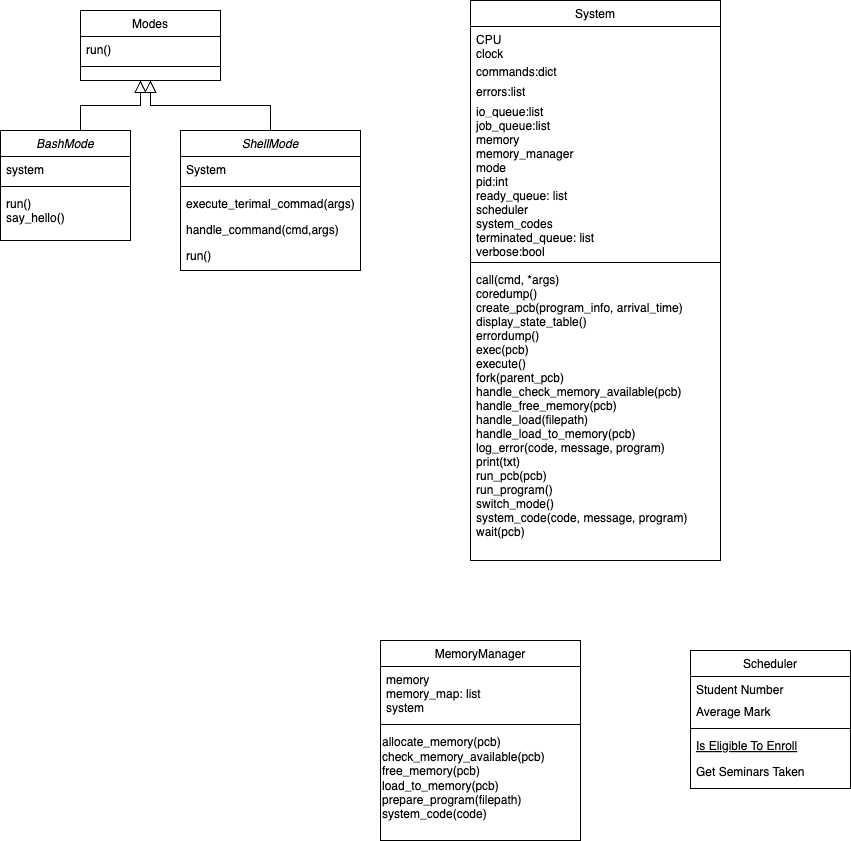
This is directions/M3_class_diagram.drawio.png from Luly7/new-repo, a draw.io export, as it was before one commit. Source tidied: cells renumbered, new cells last; positions are measured from the earlier drawing's top-left corner, leaving out a move shared by most shapes. Its diagram source:
```xml
<mxGraphModel>
  <root>
    <mxCell id="0" />
    <mxCell id="1" parent="0" />
    <mxCell id="2" value="ShellMode" style="swimlane;fontStyle=2;align=center;verticalAlign=top;horizontal=1;startSize=26;rounded=0;shadow=0;strokeWidth=1;" parent="1" vertex="1">
      <mxGeometry x="180" y="130" width="180" height="140" as="geometry" />
    </mxCell>
    <mxCell id="3" value="System" style="text;align=left;verticalAlign=top;spacingLeft=4;spacingRight=4;overflow=hidden;rounded=0;shadow=0;html=0;" parent="2" vertex="1">
      <mxGeometry y="26" width="180" height="26" as="geometry" />
    </mxCell>
    <mxCell id="4" style="line;html=1;strokeWidth=1;align=left;verticalAlign=middle;spacingTop=-1;spacingLeft=3;spacingRight=3;labelPosition=right;" parent="2" vertex="1">
      <mxGeometry y="52" width="180" height="8" as="geometry" />
    </mxCell>
    <mxCell id="5" value="execute_terimal_commad(args)" style="text;align=left;verticalAlign=top;spacingLeft=4;spacingRight=4;overflow=hidden;" parent="2" vertex="1">
      <mxGeometry y="60" width="180" height="26" as="geometry" />
    </mxCell>
    <mxCell id="6" value="handle_command(cmd,args)" style="text;align=left;verticalAlign=top;spacingLeft=4;spacingRight=4;overflow=hidden;" parent="2" vertex="1">
      <mxGeometry y="86" width="180" height="26" as="geometry" />
    </mxCell>
    <mxCell id="7" value="run()" style="text;align=left;verticalAlign=top;spacingLeft=4;spacingRight=4;overflow=hidden;" parent="2" vertex="1">
      <mxGeometry y="112" width="180" height="26" as="geometry" />
    </mxCell>
    <mxCell id="8" value="MemoryManager" style="swimlane;fontStyle=0;align=center;verticalAlign=top;horizontal=1;startSize=26;rounded=0;shadow=0;strokeWidth=1;" parent="1" vertex="1">
      <mxGeometry x="380" y="640" width="200" height="200" as="geometry" />
    </mxCell>
    <mxCell id="9" value="memory&#10;memory_map: list&#10;system&#10;" style="text;align=left;verticalAlign=top;spacingLeft=4;spacingRight=4;overflow=hidden;" parent="8" vertex="1">
      <mxGeometry y="26" width="200" height="54" as="geometry" />
    </mxCell>
    <mxCell id="10" style="line;html=1;strokeWidth=1;align=left;verticalAlign=middle;spacingTop=-1;spacingLeft=3;spacingRight=3;labelPosition=right;" parent="8" vertex="1">
      <mxGeometry y="80" width="200" height="8" as="geometry" />
    </mxCell>
    <mxCell id="11" value="allocate_memory(pcb)&lt;div&gt;check_memory_available(pcb)&lt;/div&gt;&lt;div&gt;free_memory(pcb)&lt;/div&gt;&lt;div&gt;load_to_memory(pcb)&lt;/div&gt;&lt;div&gt;prepare_program(filepath)&lt;/div&gt;&lt;div style=&quot;&quot;&gt;system_code(code)&lt;/div&gt;" style="text;html=1;align=left;verticalAlign=middle;strokeColor=none;fillColor=none;" parent="8" vertex="1">
      <mxGeometry y="88" width="200" height="100" as="geometry" />
    </mxCell>
    <mxCell id="12" value="Modes" style="swimlane;fontStyle=0;align=center;verticalAlign=top;horizontal=1;startSize=26;rounded=0;shadow=0;strokeWidth=1;" parent="1" vertex="1">
      <mxGeometry x="80" y="10" width="140" height="70" as="geometry" />
    </mxCell>
    <mxCell id="13" value="run()" style="text;align=left;verticalAlign=top;spacingLeft=4;spacingRight=4;overflow=hidden;" parent="12" vertex="1">
      <mxGeometry y="26" width="140" height="26" as="geometry" />
    </mxCell>
    <mxCell id="14" style="line;html=1;strokeWidth=1;align=left;verticalAlign=middle;spacingTop=-1;spacingLeft=3;spacingRight=3;labelPosition=right;" parent="12" vertex="1">
      <mxGeometry y="52" width="140" height="8" as="geometry" />
    </mxCell>
    <mxCell id="15" style="endArrow=block;endSize=10;endFill=0;shadow=0;strokeWidth=1;rounded=0;curved=0;edgeStyle=elbowEdgeStyle;elbow=vertical;" parent="1" edge="1" source="2" target="12">
      <mxGeometry relative="1" as="geometry" />
    </mxCell>
    <mxCell id="16" value="System" style="swimlane;fontStyle=0;align=center;verticalAlign=top;horizontal=1;startSize=26;rounded=0;shadow=0;strokeWidth=1;" parent="1" vertex="1">
      <mxGeometry x="470" width="250" height="560" as="geometry" />
    </mxCell>
    <mxCell id="17" value="CPU" style="text;align=left;verticalAlign=top;spacingLeft=4;spacingRight=4;overflow=hidden;" parent="16" vertex="1">
      <mxGeometry y="26" width="250" height="14" as="geometry" />
    </mxCell>
    <mxCell id="18" value="clock" style="text;align=left;verticalAlign=top;spacingLeft=4;spacingRight=4;overflow=hidden;rounded=0;shadow=0;html=0;" parent="16" vertex="1">
      <mxGeometry y="40" width="250" height="18" as="geometry" />
    </mxCell>
    <mxCell id="19" value="commands:dict" style="text;align=left;verticalAlign=top;spacingLeft=4;spacingRight=4;overflow=hidden;rounded=0;shadow=0;html=0;" parent="16" vertex="1">
      <mxGeometry y="58" width="250" height="20" as="geometry" />
    </mxCell>
    <mxCell id="20" value="errors:list" style="text;align=left;verticalAlign=top;spacingLeft=4;spacingRight=4;overflow=hidden;rounded=0;shadow=0;html=0;" parent="16" vertex="1">
      <mxGeometry y="78" width="250" height="20" as="geometry" />
    </mxCell>
    <mxCell id="21" value="io_queue:list&#10;" style="text;align=left;verticalAlign=top;spacingLeft=4;spacingRight=4;overflow=hidden;rounded=0;shadow=0;html=0;" parent="16" vertex="1">
      <mxGeometry y="98" width="250" height="14" as="geometry" />
    </mxCell>
    <mxCell id="22" value="job_queue:list&#10;memory&#10;memory_manager&#10;mode&#10;pid:int&#10;ready_queue: list&#10;scheduler&#10;system_codes&#10;terminated_queue: list&#10;verbose:bool" style="text;align=left;verticalAlign=top;spacingLeft=4;spacingRight=4;overflow=hidden;" parent="16" vertex="1">
      <mxGeometry y="112" width="250" height="146" as="geometry" />
    </mxCell>
    <mxCell id="23" style="line;html=1;strokeWidth=1;align=left;verticalAlign=middle;spacingTop=-1;spacingLeft=3;spacingRight=3;labelPosition=right;" parent="16" vertex="1">
      <mxGeometry y="258" width="250" height="8" as="geometry" />
    </mxCell>
    <mxCell id="24" value="call(cmd, *args)&#10;coredump()&#10;create_pcb(program_info, arrival_time)&#10;display_state_table()&#10;errordump()&#10;exec(pcb)&#10;execute()&#10;fork(parent_pcb)&#10;handle_check_memory_available(pcb)&#10;handle_free_memory(pcb)&#10;handle_load(filepath)&#10;handle_load_to_memory(pcb)&#10;log_error(code, message, program)&#10;print(txt)&#10;run_pcb(pcb)&#10;run_program()&#10;switch_mode()&#10;system_code(code, message, program)&#10;wait(pcb)&#10;" style="text;align=left;verticalAlign=top;spacingLeft=4;spacingRight=4;overflow=hidden;" parent="16" vertex="1">
      <mxGeometry y="266" width="250" height="274" as="geometry" />
    </mxCell>
    <mxCell id="25" value="BashMode" style="swimlane;fontStyle=2;align=center;verticalAlign=top;horizontal=1;startSize=26;rounded=0;shadow=0;strokeWidth=1;" parent="1" vertex="1">
      <mxGeometry y="130" width="130" height="110" as="geometry" />
    </mxCell>
    <mxCell id="26" value="system" style="text;align=left;verticalAlign=top;spacingLeft=4;spacingRight=4;overflow=hidden;" parent="25" vertex="1">
      <mxGeometry y="26" width="130" height="26" as="geometry" />
    </mxCell>
    <mxCell id="27" style="line;html=1;strokeWidth=1;align=left;verticalAlign=middle;spacingTop=-1;spacingLeft=3;spacingRight=3;labelPosition=right;" parent="25" vertex="1">
      <mxGeometry y="52" width="130" height="8" as="geometry" />
    </mxCell>
    <mxCell id="28" value="run()&#10;say_hello()" style="text;align=left;verticalAlign=top;spacingLeft=4;spacingRight=4;overflow=hidden;" parent="25" vertex="1">
      <mxGeometry y="60" width="130" height="50" as="geometry" />
    </mxCell>
    <mxCell id="29" style="endArrow=block;endSize=10;endFill=0;shadow=0;strokeWidth=1;rounded=0;curved=0;edgeStyle=elbowEdgeStyle;elbow=vertical;" parent="1" edge="1">
      <mxGeometry relative="1" as="geometry">
        <mxPoint x="80" y="130" as="sourcePoint" />
        <mxPoint x="140" y="80" as="targetPoint" />
      </mxGeometry>
    </mxCell>
    <mxCell id="30" value="Scheduler" style="swimlane;fontStyle=0;align=center;verticalAlign=top;horizontal=1;startSize=26;rounded=0;shadow=0;strokeWidth=1;" parent="1" vertex="1">
      <mxGeometry x="690" y="650" width="160" height="138" as="geometry" />
    </mxCell>
    <mxCell id="31" value="Student Number" style="text;align=left;verticalAlign=top;spacingLeft=4;spacingRight=4;overflow=hidden;" parent="30" vertex="1">
      <mxGeometry y="26" width="160" height="22" as="geometry" />
    </mxCell>
    <mxCell id="32" value="Average Mark" style="text;align=left;verticalAlign=top;spacingLeft=4;spacingRight=4;overflow=hidden;rounded=0;shadow=0;html=0;" parent="30" vertex="1">
      <mxGeometry y="48" width="160" height="26" as="geometry" />
    </mxCell>
    <mxCell id="33" style="line;html=1;strokeWidth=1;align=left;verticalAlign=middle;spacingTop=-1;spacingLeft=3;spacingRight=3;labelPosition=right;" parent="30" vertex="1">
      <mxGeometry y="74" width="160" height="8" as="geometry" />
    </mxCell>
    <mxCell id="34" value="Is Eligible To Enroll" style="text;align=left;verticalAlign=top;spacingLeft=4;spacingRight=4;overflow=hidden;fontStyle=4;" parent="30" vertex="1">
      <mxGeometry y="82" width="160" height="26" as="geometry" />
    </mxCell>
    <mxCell id="35" value="Get Seminars Taken" style="text;align=left;verticalAlign=top;spacingLeft=4;spacingRight=4;overflow=hidden;" parent="30" vertex="1">
      <mxGeometry y="108" width="160" height="26" as="geometry" />
    </mxCell>
  </root>
</mxGraphModel>
```
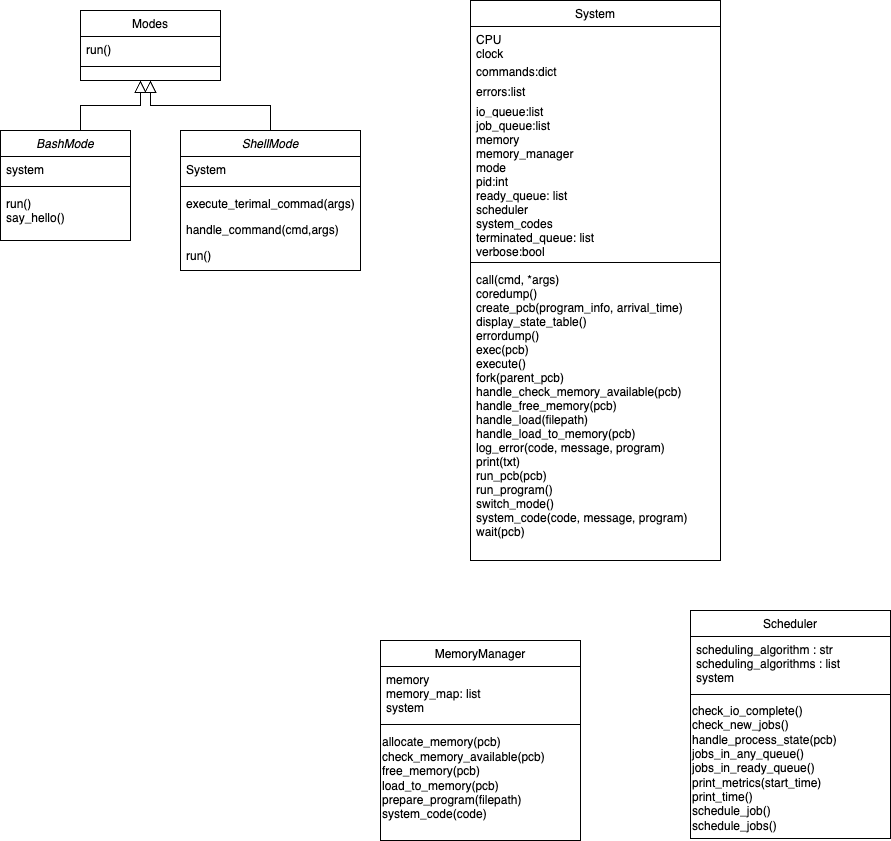
The same diagram one commit later.

The edit, as a diff of the source:
```diff
@@ -90,22 +90,16 @@
       </mxGeometry>
     </mxCell>
     <mxCell id="30" value="Scheduler" style="swimlane;fontStyle=0;align=center;verticalAlign=top;horizontal=1;startSize=26;rounded=0;shadow=0;strokeWidth=1;" parent="1" vertex="1">
-      <mxGeometry x="690" y="650" width="160" height="138" as="geometry" />
+      <mxGeometry x="690" y="610" width="200" height="228" as="geometry" />
     </mxCell>
-    <mxCell id="31" value="Student Number" style="text;align=left;verticalAlign=top;spacingLeft=4;spacingRight=4;overflow=hidden;" parent="30" vertex="1">
-      <mxGeometry y="26" width="160" height="22" as="geometry" />
+    <mxCell id="31" value="scheduling_algorithm : str&#10;scheduling_algorithms : list&#10;system" style="text;align=left;verticalAlign=top;spacingLeft=4;spacingRight=4;overflow=hidden;" parent="30" vertex="1">
+      <mxGeometry y="26" width="200" height="54" as="geometry" />
     </mxCell>
-    <mxCell id="32" value="Average Mark" style="text;align=left;verticalAlign=top;spacingLeft=4;spacingRight=4;overflow=hidden;rounded=0;shadow=0;html=0;" parent="30" vertex="1">
-      <mxGeometry y="48" width="160" height="26" as="geometry" />
-    </mxCell>
     <mxCell id="33" style="line;html=1;strokeWidth=1;align=left;verticalAlign=middle;spacingTop=-1;spacingLeft=3;spacingRight=3;labelPosition=right;" parent="30" vertex="1">
-      <mxGeometry y="74" width="160" height="8" as="geometry" />
+      <mxGeometry y="80" width="200" height="8" as="geometry" />
     </mxCell>
-    <mxCell id="34" value="Is Eligible To Enroll" style="text;align=left;verticalAlign=top;spacingLeft=4;spacingRight=4;overflow=hidden;fontStyle=4;" parent="30" vertex="1">
-      <mxGeometry y="82" width="160" height="26" as="geometry" />
-    </mxCell>
-    <mxCell id="35" value="Get Seminars Taken" style="text;align=left;verticalAlign=top;spacingLeft=4;spacingRight=4;overflow=hidden;" parent="30" vertex="1">
-      <mxGeometry y="108" width="160" height="26" as="geometry" />
-    </mxCell>
+    <mxCell id="36" value="check_io_complete()&lt;div&gt;check_new_jobs()&lt;/div&gt;&lt;div&gt;handle_process_state(pcb)&lt;/div&gt;&lt;div&gt;jobs_in_any_queue()&lt;/div&gt;&lt;div&gt;jobs_in_ready_queue()&lt;/div&gt;&lt;div&gt;print_metrics(start_time)&lt;/div&gt;&lt;div&gt;print_time()&lt;/div&gt;&lt;div&gt;schedule_job()&lt;/div&gt;&lt;div&gt;schedule_jobs()&lt;/div&gt;" style="text;html=1;align=left;verticalAlign=middle;strokeColor=none;fillColor=none;" parent="30" vertex="1">
+      <mxGeometry y="88" width="200" height="140" as="geometry" />
+    </mxCell>
   </root>
 </mxGraphModel>
```
